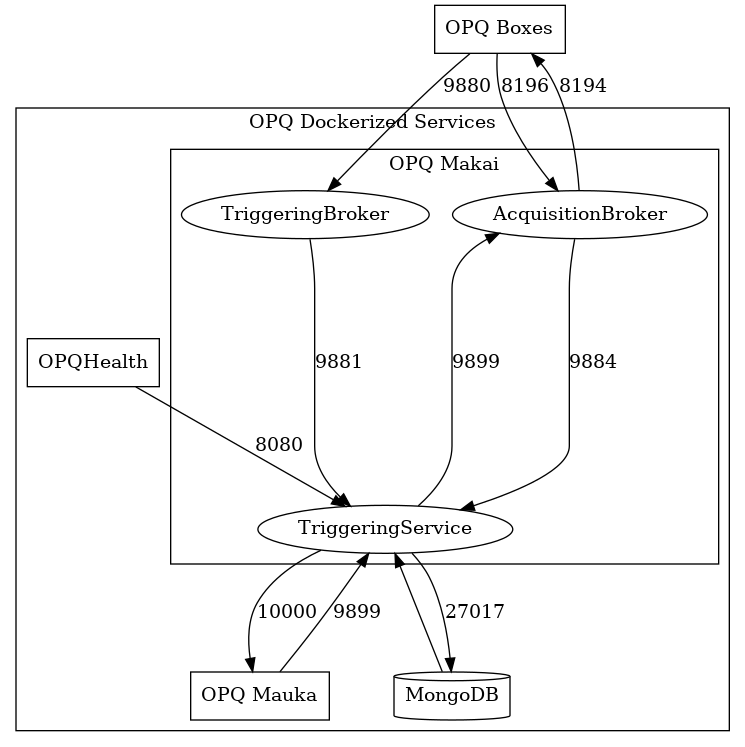
This is makai/makai.png from openpowerquality/opq, a Graphviz export, as it was before one commit. Its source is kept beside it as makai/makai.dot.
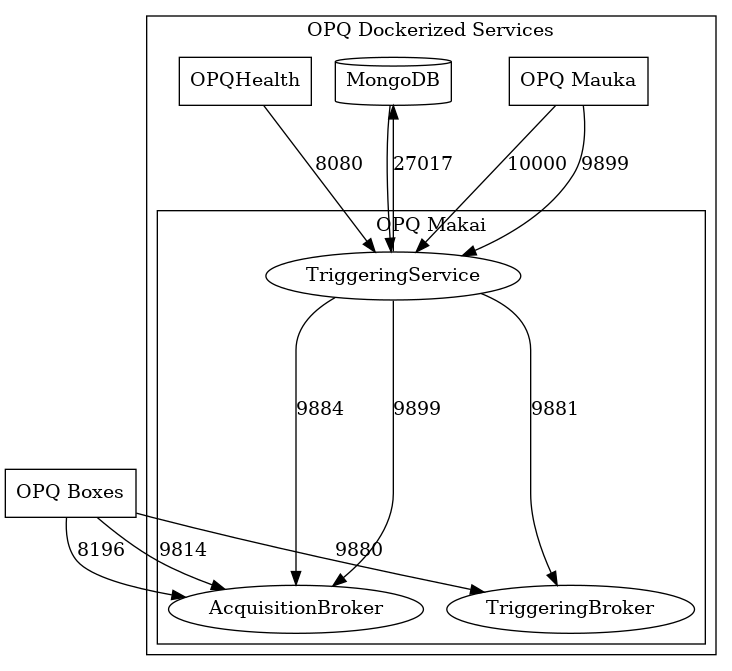
The same diagram one commit later.

Commit message:
Update port diagram to show client server relationship instead of data movement.

Change to the diagram source:
```diff
@@ -16,10 +16,10 @@
     }
 
     OPQBoxes -> AcquisitionBroker [label=8196]
-    AcquisitionBroker -> OPQBoxes [label=8194]
-    AcquisitionBroker -> TriggeringService [label=9884]
+    OPQBoxes -> AcquisitionBroker [label=9814]
+    TriggeringService -> AcquisitionBroker [label=9884]
 
-    TriggeringService -> OPQMauka [label=10000]
+    OPQMauka -> TriggeringService [label=10000]
 
     OPQMauka -> TriggeringService [label=9899]
 
@@ -29,7 +29,7 @@
     TriggeringService -> AcquisitionBroker [label=9899]
 
     OPQBoxes -> TriggeringBroker [label=9880]
-    TriggeringBroker -> TriggeringService [label=9881]
+    TriggeringService -> TriggeringBroker [label=9881]
 
     OPQHealth -> TriggeringService [label=8080]
 }
```
